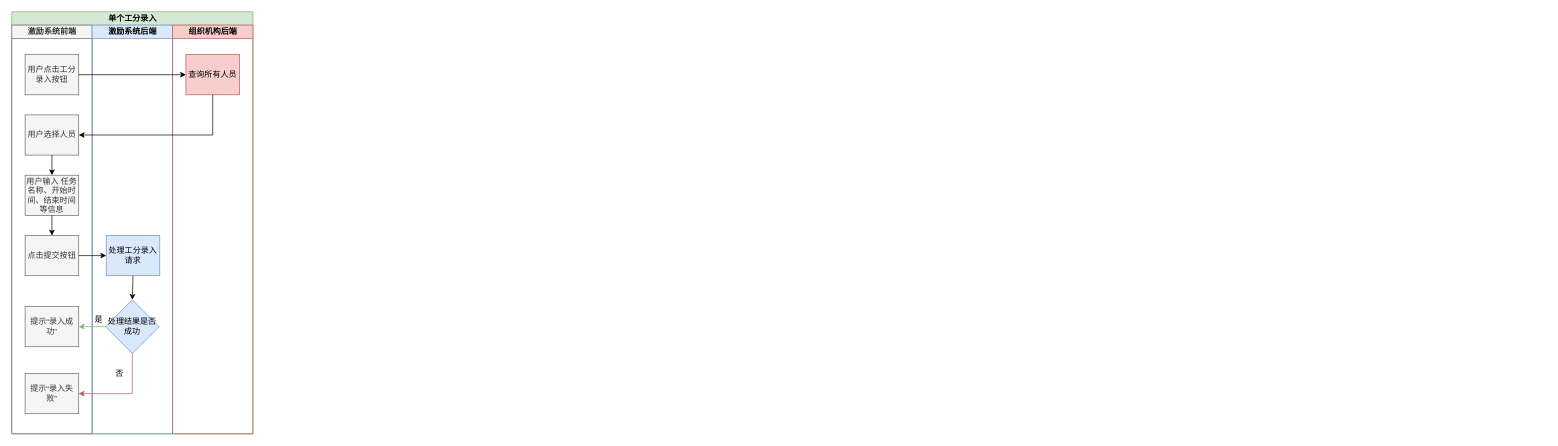
This is Untitled Diagram.drawio from julingpu/coffee, a draw.io file, before an edit. Source tidied: cells renumbered, new cells numbered last; positions are measured from the earlier drawing's top-left corner, leaving out a move shared by most shapes. Both pictures are drawn from the tidied source at 67%, with x=0, y=0 at pixel (11, 11).
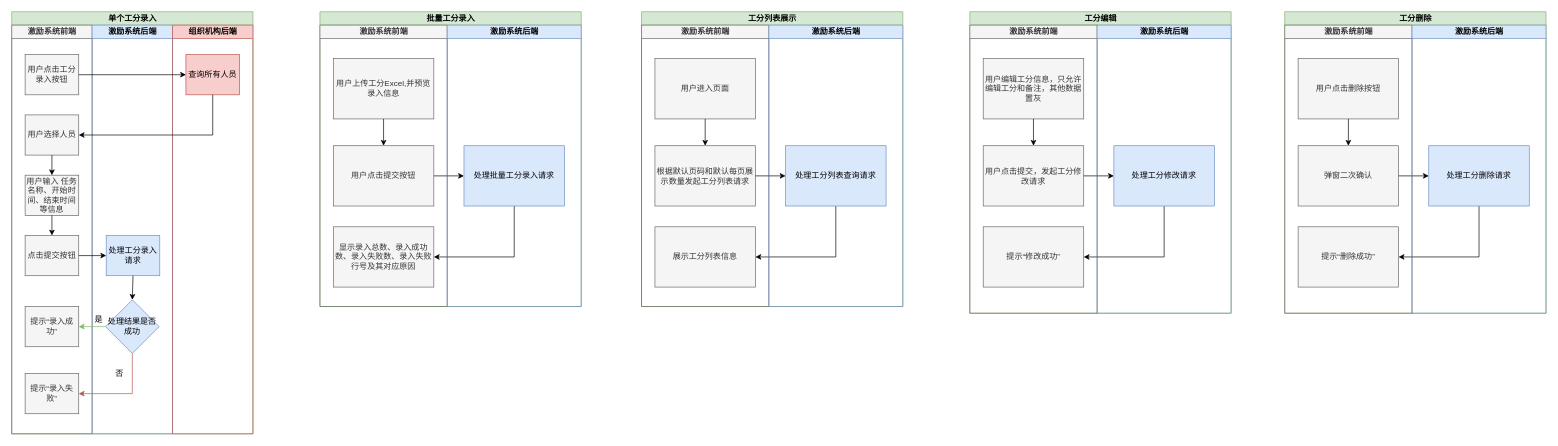
The same page after the edit.

Diff of the diagram source:
```diff
@@
+    <mxCell id="25" value="批量工分录入" style="swimlane;html=1;startSize=20;fillColor=#d5e8d4;strokeColor=#82b366;" parent="1" vertex="1">
+      <mxGeometry x="460" width="390" height="440" as="geometry" />
+    </mxCell>
+    <mxCell id="26" value="激励系统前端" style="swimlane;html=1;startSize=20;fillColor=#f5f5f5;strokeColor=#666666;fontColor=#333333;" parent="25" vertex="1">
+      <mxGeometry y="20" width="190" height="420" as="geometry" />
+    </mxCell>
+    <mxCell id="27" value="显示录入总数、录入成功数、录入失败数、录入失败行号及其对应原因" style="rounded=0;whiteSpace=wrap;html=1;fontFamily=Helvetica;fontSize=12;fontColor=#333333;align=center;fillColor=#f5f5f5;strokeColor=#666666;" parent="26" vertex="1">
+      <mxGeometry x="20" y="301" width="150" height="90" as="geometry" />
+    </mxCell>
+    <mxCell id="28" value="用户点击提交按钮" style="rounded=0;whiteSpace=wrap;html=1;fontFamily=Helvetica;fontSize=12;fontColor=#333333;align=center;fillColor=#f5f5f5;strokeColor=#666666;" parent="26" vertex="1">
+      <mxGeometry x="20" y="180" width="150" height="90" as="geometry" />
+    </mxCell>
+    <mxCell id="29" value="用户上传工分Excel,并预览录入信息" style="rounded=0;whiteSpace=wrap;html=1;fontFamily=Helvetica;fontSize=12;fontColor=#333333;align=center;fillColor=#f5f5f5;strokeColor=#666666;" parent="26" vertex="1">
+      <mxGeometry x="20" y="50" width="150" height="90" as="geometry" />
+    </mxCell>
+    <mxCell id="30" style="endArrow=classic;html=1;entryX=0.5;entryY=0;entryDx=0;entryDy=0;exitX=0.5;exitY=1;exitDx=0;exitDy=0;" parent="26" edge="1" source="29" target="28">
+      <mxGeometry relative="1" as="geometry" />
+    </mxCell>
+    <mxCell id="31" style="endArrow=classic;html=1;exitX=0.5;exitY=1;exitDx=0;exitDy=0;entryX=1;entryY=0.5;entryDx=0;entryDy=0;rounded=0;" parent="25" edge="1" source="34" target="27">
+      <mxGeometry relative="1" as="geometry">
+        <Array as="points">
+          <mxPoint x="290" y="366" />
+        </Array>
+      </mxGeometry>
+    </mxCell>
+    <mxCell id="32" style="endArrow=classic;html=1;entryX=0;entryY=0.5;entryDx=0;entryDy=0;" parent="25" edge="1" target="34">
+      <mxGeometry relative="1" as="geometry">
+        <mxPoint x="170" y="245" as="sourcePoint" />
+      </mxGeometry>
+    </mxCell>
+    <mxCell id="33" value="激励系统后端" style="swimlane;html=1;startSize=20;fillColor=#dae8fc;strokeColor=#6c8ebf;" parent="25" vertex="1">
+      <mxGeometry x="190" y="20" width="200" height="420" as="geometry" />
+    </mxCell>
+    <mxCell id="34" value="处理批量工分录入请求" style="rounded=0;whiteSpace=wrap;html=1;fontFamily=Helvetica;fontSize=12;align=center;fillColor=#dae8fc;strokeColor=#6c8ebf;" parent="33" vertex="1">
+      <mxGeometry x="25" y="180" width="150" height="90" as="geometry" />
+    </mxCell>
+    <mxCell id="35" value="工分列表展示" style="swimlane;html=1;startSize=20;fillColor=#d5e8d4;strokeColor=#82b366;" parent="1" vertex="1">
+      <mxGeometry x="940" width="390" height="440" as="geometry" />
+    </mxCell>
+    <mxCell id="36" value="激励系统前端" style="swimlane;html=1;startSize=20;fillColor=#f5f5f5;strokeColor=#666666;fontColor=#333333;" parent="35" vertex="1">
+      <mxGeometry y="20" width="190" height="420" as="geometry" />
+    </mxCell>
+    <mxCell id="37" value="展示工分列表信息" style="rounded=0;whiteSpace=wrap;html=1;fontFamily=Helvetica;fontSize=12;fontColor=#333333;align=center;fillColor=#f5f5f5;strokeColor=#666666;" parent="36" vertex="1">
+      <mxGeometry x="20" y="301" width="150" height="90" as="geometry" />
+    </mxCell>
+    <mxCell id="38" value="根据默认页码和默认每页展示数量发起工分列表请求" style="rounded=0;whiteSpace=wrap;html=1;fontFamily=Helvetica;fontSize=12;fontColor=#333333;align=center;fillColor=#f5f5f5;strokeColor=#666666;" parent="36" vertex="1">
+      <mxGeometry x="20" y="180" width="150" height="90" as="geometry" />
+    </mxCell>
+    <mxCell id="39" value="用户进入页面" style="rounded=0;whiteSpace=wrap;html=1;fontFamily=Helvetica;fontSize=12;fontColor=#333333;align=center;fillColor=#f5f5f5;strokeColor=#666666;" parent="36" vertex="1">
+      <mxGeometry x="20" y="50" width="150" height="90" as="geometry" />
+    </mxCell>
+    <mxCell id="40" style="endArrow=classic;html=1;entryX=0.5;entryY=0;entryDx=0;entryDy=0;exitX=0.5;exitY=1;exitDx=0;exitDy=0;" parent="36" edge="1" source="39" target="38">
+      <mxGeometry relative="1" as="geometry" />
+    </mxCell>
+    <mxCell id="41" style="endArrow=classic;html=1;exitX=0.5;exitY=1;exitDx=0;exitDy=0;entryX=1;entryY=0.5;entryDx=0;entryDy=0;rounded=0;" parent="35" edge="1" source="44" target="37">
+      <mxGeometry relative="1" as="geometry">
+        <Array as="points">
+          <mxPoint x="290" y="366" />
+        </Array>
+      </mxGeometry>
+    </mxCell>
+    <mxCell id="42" style="endArrow=classic;html=1;entryX=0;entryY=0.5;entryDx=0;entryDy=0;" parent="35" edge="1" target="44">
+      <mxGeometry relative="1" as="geometry">
+        <mxPoint x="170" y="245" as="sourcePoint" />
+      </mxGeometry>
+    </mxCell>
+    <mxCell id="43" value="激励系统后端" style="swimlane;html=1;startSize=20;fillColor=#dae8fc;strokeColor=#6c8ebf;" parent="35" vertex="1">
+      <mxGeometry x="190" y="20" width="200" height="420" as="geometry" />
+    </mxCell>
+    <mxCell id="44" value="处理工分列表查询请求" style="rounded=0;whiteSpace=wrap;html=1;fontFamily=Helvetica;fontSize=12;align=center;fillColor=#dae8fc;strokeColor=#6c8ebf;" parent="43" vertex="1">
+      <mxGeometry x="25" y="180" width="150" height="90" as="geometry" />
+    </mxCell>
+    <mxCell id="45" value="工分编辑" style="swimlane;html=1;startSize=20;fillColor=#d5e8d4;strokeColor=#82b366;" parent="1" vertex="1">
+      <mxGeometry x="1430" width="390" height="450" as="geometry" />
+    </mxCell>
+    <mxCell id="46" value="激励系统前端" style="swimlane;html=1;startSize=20;fillColor=#f5f5f5;strokeColor=#666666;fontColor=#333333;" parent="45" vertex="1">
+      <mxGeometry y="20" width="190" height="430" as="geometry" />
+    </mxCell>
+    <mxCell id="47" value="提示“修改成功”" style="rounded=0;whiteSpace=wrap;html=1;fontFamily=Helvetica;fontSize=12;fontColor=#333333;align=center;fillColor=#f5f5f5;strokeColor=#666666;" parent="46" vertex="1">
+      <mxGeometry x="20" y="301" width="150" height="90" as="geometry" />
+    </mxCell>
+    <mxCell id="48" value="用户点击提交，发起工分修改请求" style="rounded=0;whiteSpace=wrap;html=1;fontFamily=Helvetica;fontSize=12;fontColor=#333333;align=center;fillColor=#f5f5f5;strokeColor=#666666;" parent="46" vertex="1">
+      <mxGeometry x="20" y="180" width="150" height="90" as="geometry" />
+    </mxCell>
+    <mxCell id="49" value="用户编辑工分信息，只允许编辑工分和备注，其他数据置灰" style="rounded=0;whiteSpace=wrap;html=1;fontFamily=Helvetica;fontSize=12;fontColor=#333333;align=center;fillColor=#f5f5f5;strokeColor=#666666;" parent="46" vertex="1">
+      <mxGeometry x="20" y="50" width="150" height="90" as="geometry" />
+    </mxCell>
+    <mxCell id="50" style="endArrow=classic;html=1;entryX=0.5;entryY=0;entryDx=0;entryDy=0;exitX=0.5;exitY=1;exitDx=0;exitDy=0;" parent="46" edge="1" source="49" target="48">
+      <mxGeometry relative="1" as="geometry" />
+    </mxCell>
+    <mxCell id="51" style="endArrow=classic;html=1;exitX=0.5;exitY=1;exitDx=0;exitDy=0;entryX=1;entryY=0.5;entryDx=0;entryDy=0;rounded=0;" parent="45" edge="1" source="54" target="47">
+      <mxGeometry relative="1" as="geometry">
+        <Array as="points">
+          <mxPoint x="290" y="366" />
+        </Array>
+      </mxGeometry>
+    </mxCell>
+    <mxCell id="52" style="endArrow=classic;html=1;entryX=0;entryY=0.5;entryDx=0;entryDy=0;" parent="45" edge="1" target="54">
+      <mxGeometry relative="1" as="geometry">
+        <mxPoint x="170" y="245" as="sourcePoint" />
+      </mxGeometry>
+    </mxCell>
+    <mxCell id="53" value="激励系统后端" style="swimlane;html=1;startSize=20;fillColor=#dae8fc;strokeColor=#6c8ebf;" parent="45" vertex="1">
+      <mxGeometry x="190" y="20" width="200" height="430" as="geometry" />
+    </mxCell>
+    <mxCell id="54" value="处理工分修改请求" style="rounded=0;whiteSpace=wrap;html=1;fontFamily=Helvetica;fontSize=12;align=center;fillColor=#dae8fc;strokeColor=#6c8ebf;" parent="53" vertex="1">
+      <mxGeometry x="25" y="180" width="150" height="90" as="geometry" />
+    </mxCell>
+    <mxCell id="55" value="工分删除" style="swimlane;html=1;startSize=20;fillColor=#d5e8d4;strokeColor=#82b366;" parent="1" vertex="1">
+      <mxGeometry x="1900" width="390" height="450" as="geometry" />
+    </mxCell>
+    <mxCell id="56" value="激励系统前端" style="swimlane;html=1;startSize=20;fillColor=#f5f5f5;strokeColor=#666666;fontColor=#333333;" parent="55" vertex="1">
+      <mxGeometry y="20" width="190" height="430" as="geometry" />
+    </mxCell>
+    <mxCell id="57" value="提示“删除成功”" style="rounded=0;whiteSpace=wrap;html=1;fontFamily=Helvetica;fontSize=12;fontColor=#333333;align=center;fillColor=#f5f5f5;strokeColor=#666666;" parent="56" vertex="1">
+      <mxGeometry x="20" y="301" width="150" height="90" as="geometry" />
+    </mxCell>
+    <mxCell id="58" value="弹窗二次确认" style="rounded=0;whiteSpace=wrap;html=1;fontFamily=Helvetica;fontSize=12;fontColor=#333333;align=center;fillColor=#f5f5f5;strokeColor=#666666;" parent="56" vertex="1">
+      <mxGeometry x="20" y="180" width="150" height="90" as="geometry" />
+    </mxCell>
+    <mxCell id="59" value="用户点击删除按钮" style="rounded=0;whiteSpace=wrap;html=1;fontFamily=Helvetica;fontSize=12;fontColor=#333333;align=center;fillColor=#f5f5f5;strokeColor=#666666;" parent="56" vertex="1">
+      <mxGeometry x="20" y="50" width="150" height="90" as="geometry" />
+    </mxCell>
+    <mxCell id="60" style="endArrow=classic;html=1;entryX=0.5;entryY=0;entryDx=0;entryDy=0;exitX=0.5;exitY=1;exitDx=0;exitDy=0;" parent="56" edge="1" source="59" target="58">
+      <mxGeometry relative="1" as="geometry" />
+    </mxCell>
+    <mxCell id="61" style="endArrow=classic;html=1;exitX=0.5;exitY=1;exitDx=0;exitDy=0;entryX=1;entryY=0.5;entryDx=0;entryDy=0;rounded=0;" parent="55" edge="1" source="64" target="57">
+      <mxGeometry relative="1" as="geometry">
+        <Array as="points">
+          <mxPoint x="290" y="366" />
+        </Array>
+      </mxGeometry>
+    </mxCell>
+    <mxCell id="62" style="endArrow=classic;html=1;entryX=0;entryY=0.5;entryDx=0;entryDy=0;" parent="55" edge="1" target="64">
+      <mxGeometry relative="1" as="geometry">
+        <mxPoint x="170" y="245" as="sourcePoint" />
+      </mxGeometry>
+    </mxCell>
+    <mxCell id="63" value="激励系统后端" style="swimlane;html=1;startSize=20;fillColor=#dae8fc;strokeColor=#6c8ebf;" parent="55" vertex="1">
+      <mxGeometry x="190" y="20" width="200" height="430" as="geometry" />
+    </mxCell>
+    <mxCell id="64" value="处理工分删除请求" style="rounded=0;whiteSpace=wrap;html=1;fontFamily=Helvetica;fontSize=12;align=center;fillColor=#dae8fc;strokeColor=#6c8ebf;" parent="63" vertex="1">
+      <mxGeometry x="25" y="180" width="150" height="90" as="geometry" />
+    </mxCell>
```
